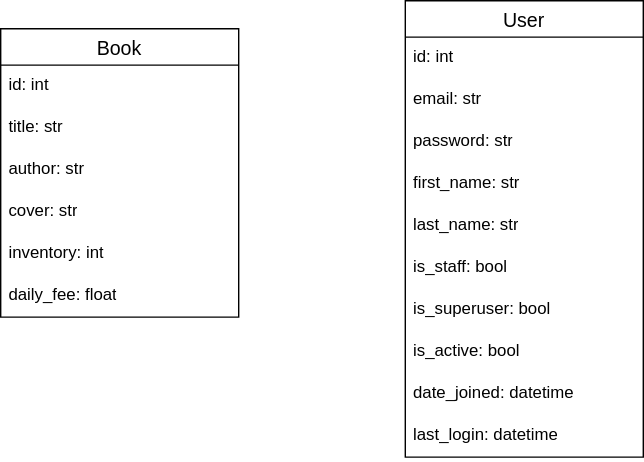
Earlier version of the draw.io export models.svg (Neyrony/library-api). Source tidied: cells renumbered, new cells last; positions are measured from the earlier drawing's top-left corner, leaving out a move shared by most shapes.
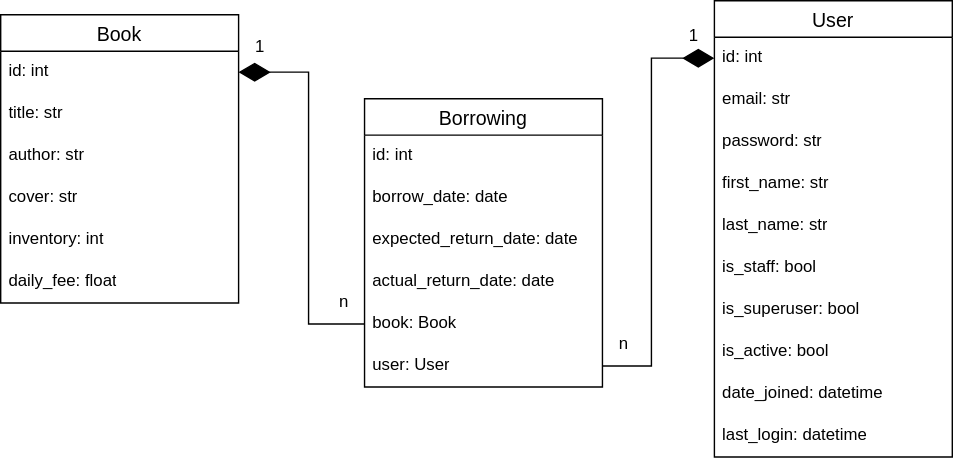
The same file after the commit.

Change to the diagram source:
```diff
@@ -3,7 +3,7 @@
     <mxCell id="0" />
     <mxCell id="1" parent="0" />
     <mxCell id="2" value="Book" style="swimlane;fontStyle=0;horizontal=1;startSize=26;align=center;fontSize=14;" parent="1" vertex="1">
-      <mxGeometry y="20" width="170" height="206" as="geometry" />
+      <mxGeometry x="-30" y="-70" width="170" height="206" as="geometry" />
     </mxCell>
     <mxCell id="3" value="id: int" style="text;strokeColor=none;fillColor=none;spacingLeft=4;spacingRight=4;overflow=hidden;points=[[0,0.5],[1,0.5]];portConstraint=eastwest;fontSize=12;whiteSpace=wrap;html=1;" parent="2" vertex="1">
       <mxGeometry y="26" width="170" height="30" as="geometry" />
@@ -24,7 +24,7 @@
       <mxGeometry y="176" width="170" height="30" as="geometry" />
     </mxCell>
     <mxCell id="9" value="User" style="swimlane;fontStyle=0;horizontal=1;startSize=26;align=center;fontSize=14;" parent="1" vertex="1">
-      <mxGeometry x="289" width="170" height="326" as="geometry" />
+      <mxGeometry x="480" y="-80" width="170" height="326" as="geometry" />
     </mxCell>
     <mxCell id="10" value="id: int" style="text;strokeColor=none;fillColor=none;spacingLeft=4;spacingRight=4;overflow=hidden;points=[[0,0.5],[1,0.5]];portConstraint=eastwest;fontSize=12;whiteSpace=wrap;html=1;" parent="9" vertex="1">
       <mxGeometry y="26" width="170" height="30" as="geometry" />
@@ -56,5 +56,44 @@
     <mxCell id="19" value="last_login: datetime" style="text;strokeColor=none;fillColor=none;spacingLeft=4;spacingRight=4;overflow=hidden;fontSize=12;whiteSpace=wrap;html=1;" parent="9" vertex="1">
       <mxGeometry y="296" width="170" height="30" as="geometry" />
     </mxCell>
+    <mxCell id="20" value="Borrowing" style="swimlane;fontStyle=0;horizontal=1;startSize=26;align=center;fontSize=14;" parent="1" vertex="1">
+      <mxGeometry x="230" y="-10" width="170" height="206" as="geometry" />
+    </mxCell>
+    <mxCell id="21" value="id: int" style="text;strokeColor=none;fillColor=none;spacingLeft=4;spacingRight=4;overflow=hidden;fontSize=12;whiteSpace=wrap;html=1;" parent="20" vertex="1">
+      <mxGeometry y="26" width="170" height="30" as="geometry" />
+    </mxCell>
+    <mxCell id="22" value="borrow_date: date" style="text;strokeColor=none;fillColor=none;spacingLeft=4;spacingRight=4;overflow=hidden;fontSize=12;whiteSpace=wrap;html=1;" parent="20" vertex="1">
+      <mxGeometry y="56" width="170" height="30" as="geometry" />
+    </mxCell>
+    <mxCell id="23" value="expected_return_date: date" style="text;strokeColor=none;fillColor=none;spacingLeft=4;spacingRight=4;overflow=hidden;fontSize=12;whiteSpace=wrap;html=1;" parent="20" vertex="1">
+      <mxGeometry y="86" width="170" height="30" as="geometry" />
+    </mxCell>
+    <mxCell id="24" value="actual_return_date: date" style="text;strokeColor=none;fillColor=none;spacingLeft=4;spacingRight=4;overflow=hidden;fontSize=12;whiteSpace=wrap;html=1;" parent="20" vertex="1">
+      <mxGeometry y="116" width="170" height="30" as="geometry" />
+    </mxCell>
+    <mxCell id="25" value="book: Book" style="text;strokeColor=none;fillColor=none;spacingLeft=4;spacingRight=4;overflow=hidden;points=[[0,0.5],[1,0.5]];portConstraint=eastwest;fontSize=12;whiteSpace=wrap;html=1;" parent="20" vertex="1">
+      <mxGeometry y="146" width="170" height="30" as="geometry" />
+    </mxCell>
+    <mxCell id="26" value="user: User" style="text;strokeColor=none;fillColor=none;spacingLeft=4;spacingRight=4;overflow=hidden;points=[[0,0.5],[1,0.5]];portConstraint=eastwest;fontSize=12;whiteSpace=wrap;html=1;" parent="20" vertex="1">
+      <mxGeometry y="176" width="170" height="30" as="geometry" />
+    </mxCell>
+    <mxCell id="27" style="edgeStyle=orthogonalEdgeStyle;rounded=0;jettySize=auto;html=1;exitX=1;exitY=0.5;exitDx=0;exitDy=0;entryX=0;entryY=0.5;entryDx=0;entryDy=0;startArrow=diamondThin;startFill=1;endSize=20;startSize=20;endArrow=none;endFill=0;" parent="1" edge="1" source="3" target="25">
+      <mxGeometry relative="1" as="geometry" />
+    </mxCell>
+    <mxCell id="28" style="edgeStyle=orthogonalEdgeStyle;rounded=0;jettySize=auto;html=1;exitX=0;exitY=0.5;exitDx=0;exitDy=0;entryX=1;entryY=0.5;entryDx=0;entryDy=0;endArrow=none;endFill=0;startArrow=diamondThin;startFill=1;startSize=20;" parent="1" edge="1" source="10" target="26">
+      <mxGeometry relative="1" as="geometry" />
+    </mxCell>
+    <mxCell id="29" value="1" style="text;html=1;align=center;verticalAlign=middle;strokeColor=none;fillColor=none;" parent="1" vertex="1">
+      <mxGeometry x="140" y="-62" width="30" height="30" as="geometry" />
+    </mxCell>
+    <mxCell id="30" value="n" style="text;html=1;align=center;verticalAlign=middle;strokeColor=none;fillColor=none;" parent="1" vertex="1">
+      <mxGeometry x="200" y="120" width="30" height="30" as="geometry" />
+    </mxCell>
+    <mxCell id="31" value="n" style="text;html=1;align=center;verticalAlign=middle;strokeColor=none;fillColor=none;" parent="1" vertex="1">
+      <mxGeometry x="400" y="150" width="30" height="30" as="geometry" />
+    </mxCell>
+    <mxCell id="32" value="1" style="text;html=1;align=center;verticalAlign=middle;strokeColor=none;fillColor=none;" parent="1" vertex="1">
+      <mxGeometry x="450" y="-70" width="30" height="30" as="geometry" />
+    </mxCell>
   </root>
 </mxGraphModel>
```
